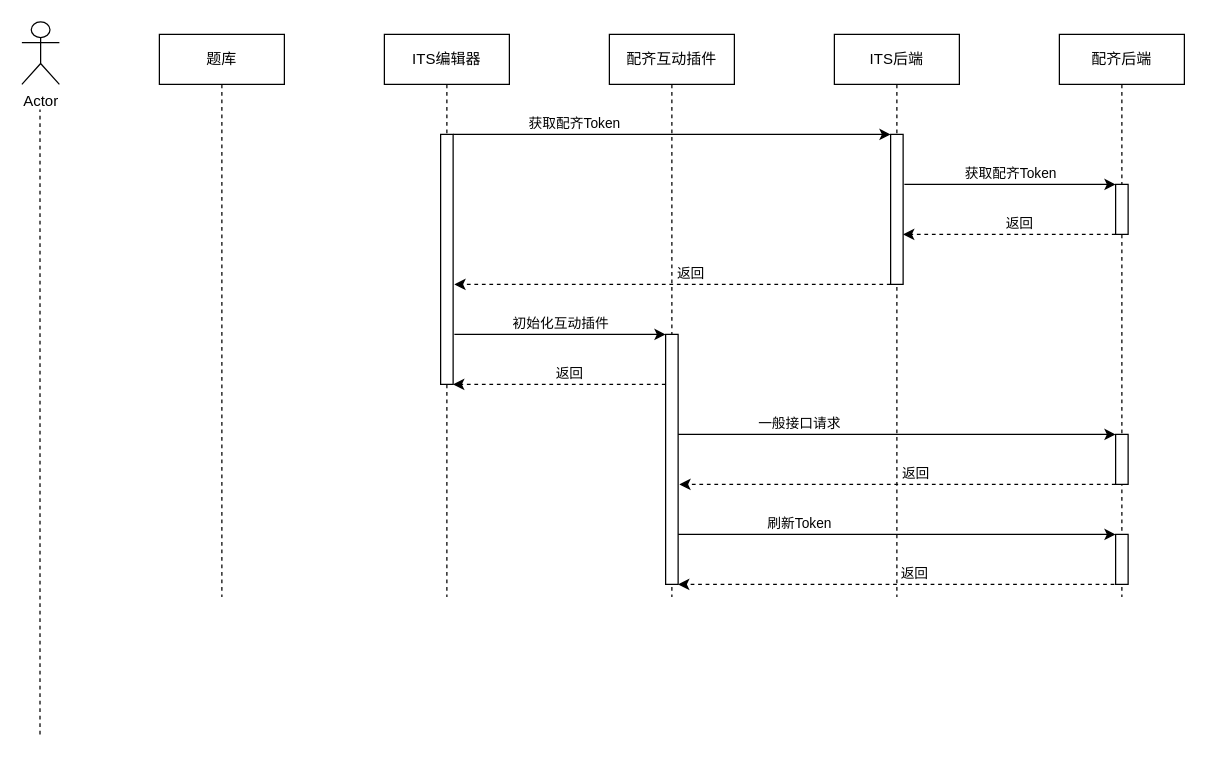
huanjiesm/courseware-draw keeps this draw.io diagram as 课件3试题变更通知.drawio. Above is the earlier version. Source tidied: cells renumbered, new cells numbered last; positions are measured from the earlier drawing's top-left corner, leaving out a move shared by most shapes. Both pictures are drawn from the tidied source at 125%, with x=0, y=0 at pixel (21, 21).
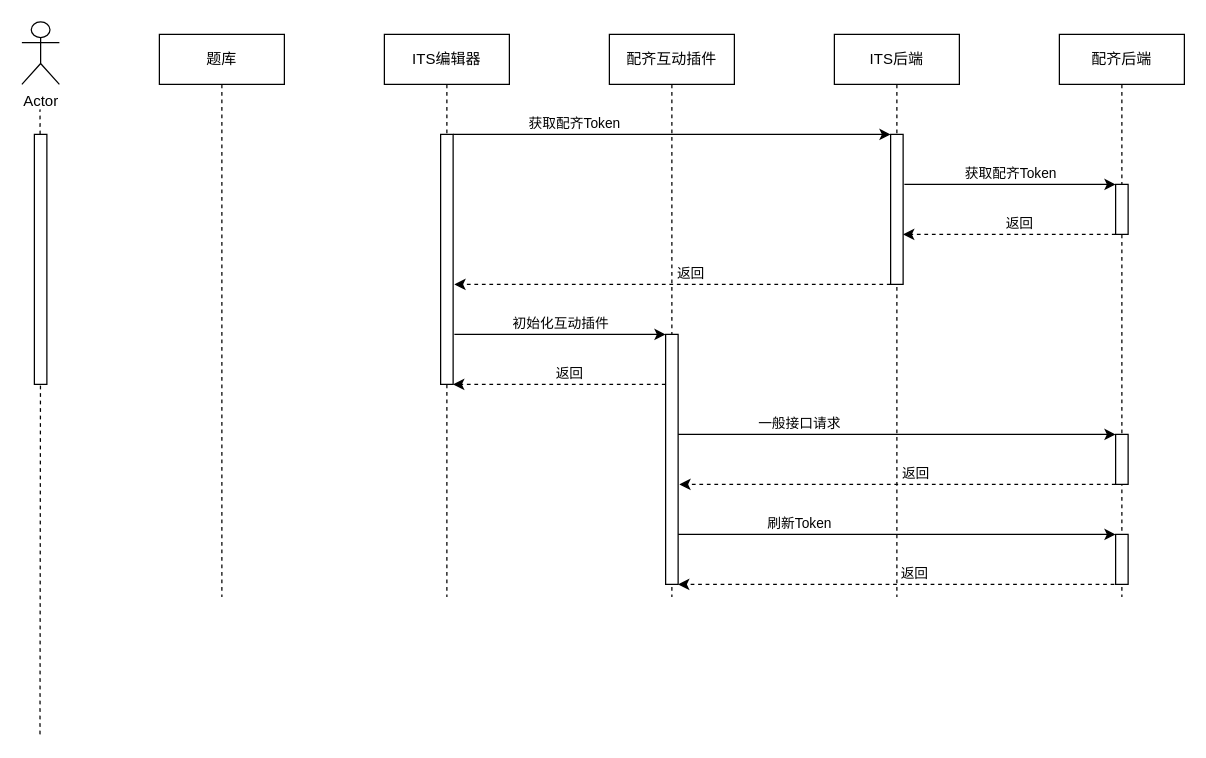
The same diagram, later.

Commit message (it also covers changes not shown here):
更新课件3试题变更通知.drawio

Diff of the diagram source:
```diff
@@
-    <mxCell id="34" style="endArrow=none;dashed=1;html=1;rounded=0;" parent="1" edge="1">
+    <mxCell id="34" style="endArrow=none;dashed=1;html=1;rounded=0;" parent="1" edge="1" source="36">
       <mxGeometry relative="1" as="geometry">
-        <mxPoint x="14.5" y="570" as="sourcePoint" />
         <mxPoint x="14.5" y="70" as="targetPoint" />
       </mxGeometry>
     </mxCell>
+    <mxCell id="35" style="endArrow=none;dashed=1;html=1;rounded=0;" parent="1" edge="1" target="36">
+      <mxGeometry relative="1" as="geometry">
+        <mxPoint x="14.5" y="570" as="sourcePoint" />
+      </mxGeometry>
+    </mxCell>
+    <mxCell id="36" style="rounded=0;whiteSpace=wrap;html=1;" parent="1" vertex="1">
+      <mxGeometry x="10" y="90" width="10" height="200" as="geometry" />
+    </mxCell>
```
